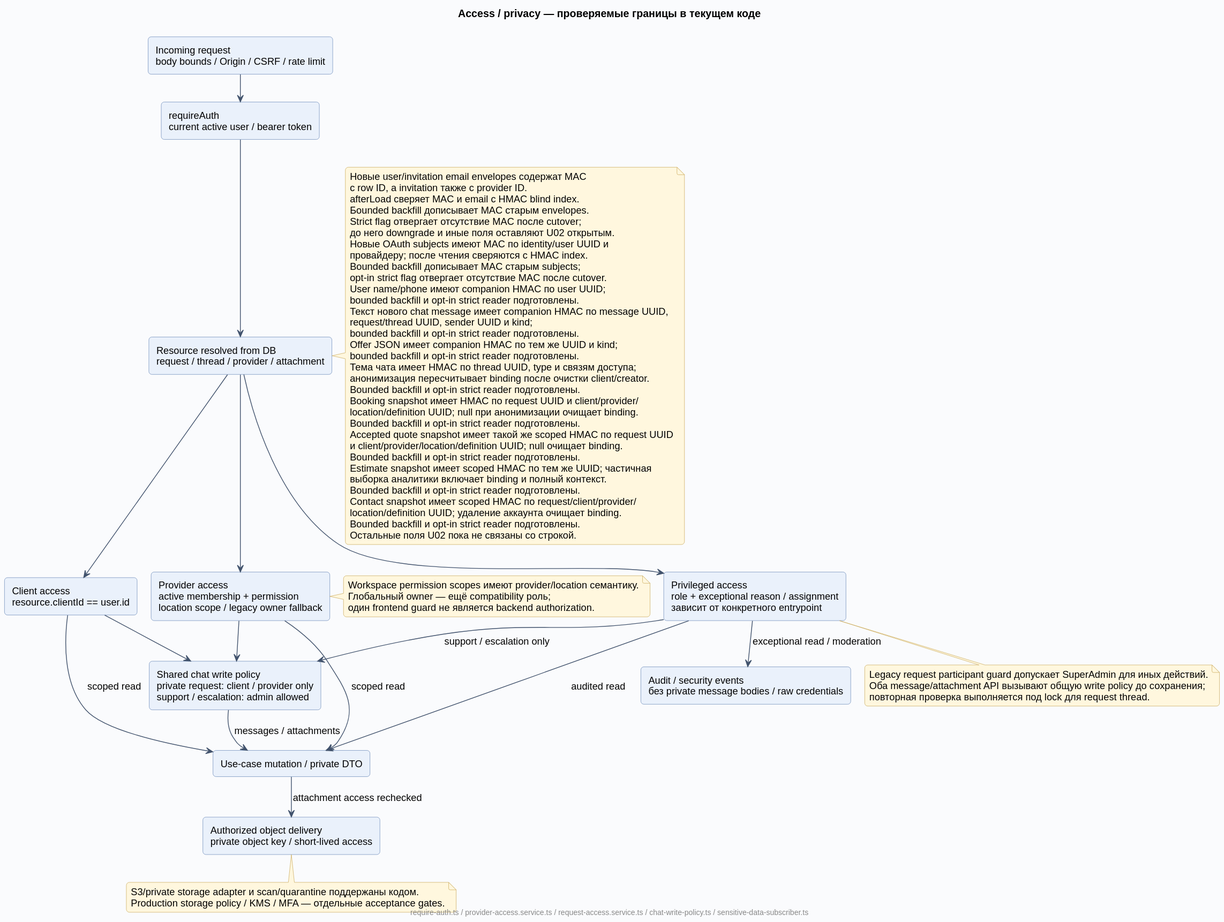
Dima163163/auto-care-hub keeps this PlantUML diagram as docs/diagrams/rendered/09-access-privacy.svg. Above is the earlier version.
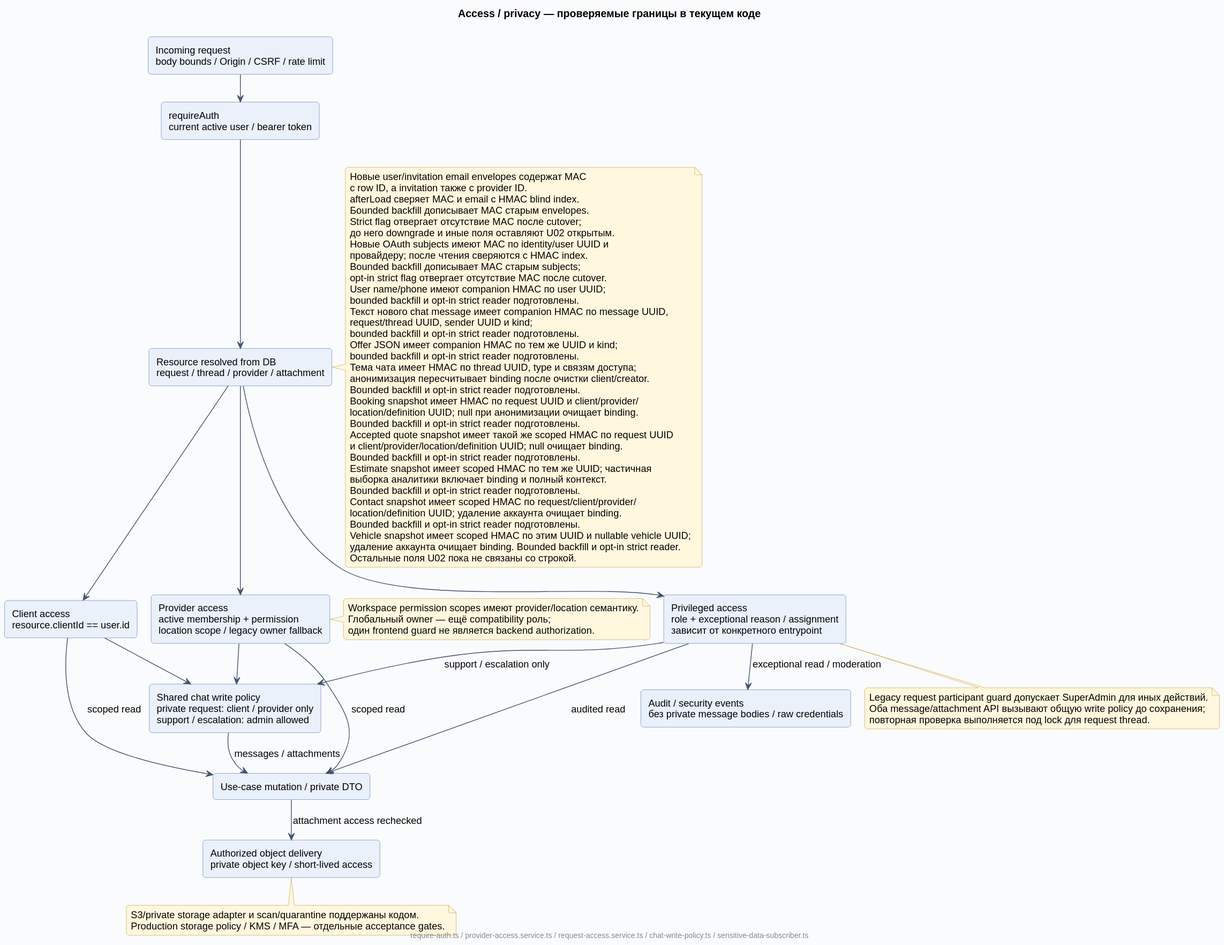
The same diagram one commit later.

Diff of the diagram source:
```diff
@@ -64,6 +64,8 @@
   Contact snapshot имеет scoped HMAC по request/client/provider/
   location/definition UUID; удаление аккаунта очищает binding.
   Bounded backfill и opt-in strict reader подготовлены.
+  Vehicle snapshot имеет scoped HMAC по этим UUID и nullable vehicle UUID;
+  удаление аккаунта очищает binding. Bounded backfill и opt-in strict reader.
   Остальные поля U02 пока не связаны со строкой.
 end note
 note bottom of Admin
```
